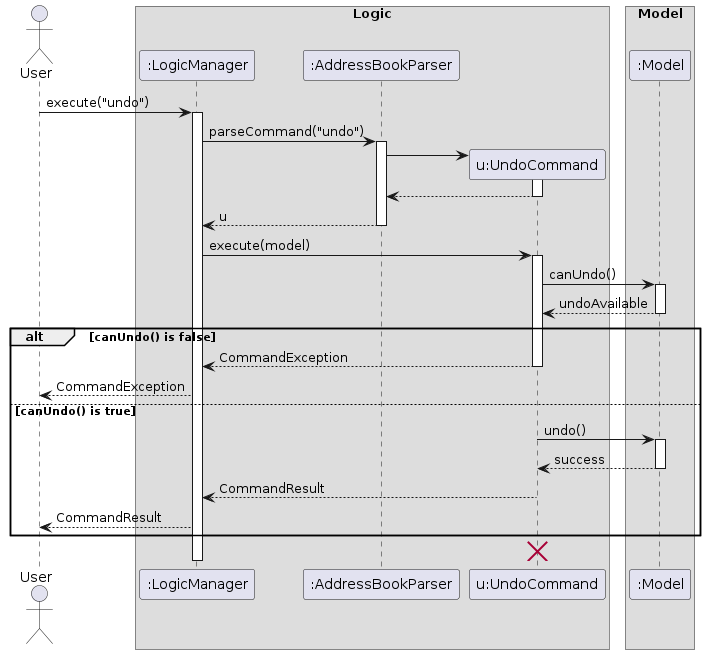
The PlantUML diagram diagrams/UndoSequenceDiagram-Logic.png in AY2526S1-CS2103T-T10-3/tp, before a commit. Its source is kept beside it as diagrams/UndoSequenceDiagram-Logic.puml. Its diagram source:
```plantuml
@startuml
skinparam ArrowFontStyle plain

actor User

box Logic
participant ":LogicManager" as LogicManager
participant ":AddressBookParser" as AddressBookParser
participant "u:UndoCommand" as UndoCommand
end box

box Model
participant ":Model" as Model
end box

User -> LogicManager : execute("undo")
activate LogicManager

LogicManager -> AddressBookParser : parseCommand("undo")
activate AddressBookParser

create UndoCommand
AddressBookParser -> UndoCommand
activate UndoCommand
UndoCommand --> AddressBookParser
deactivate UndoCommand

AddressBookParser --> LogicManager : u
deactivate AddressBookParser

LogicManager -> UndoCommand : execute(model)
activate UndoCommand

UndoCommand -> Model : canUndo()
activate Model
Model --> UndoCommand : undoAvailable
deactivate Model

alt canUndo() is false
  UndoCommand --> LogicManager : CommandException
  deactivate UndoCommand
  LogicManager --> User : CommandException
else canUndo() is true
  UndoCommand -> Model : undo()
  activate Model
  Model --> UndoCommand : success
  deactivate Model
  UndoCommand --> LogicManager : CommandResult
  deactivate UndoCommand
  LogicManager --> User : CommandResult
end

destroy UndoCommand
deactivate LogicManager
@enduml
```
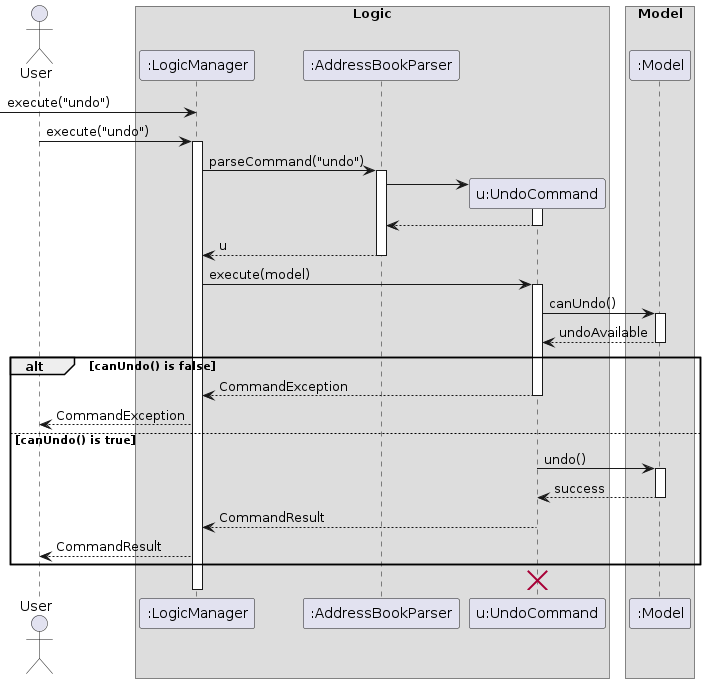
Later version of the same file.

Diff of the diagram source:
```diff
@@ -13,6 +13,7 @@
 participant ":Model" as Model
 end box
 
+[-> LogicManager : execute("undo")
 User -> LogicManager : execute("undo")
 activate LogicManager
 
```
